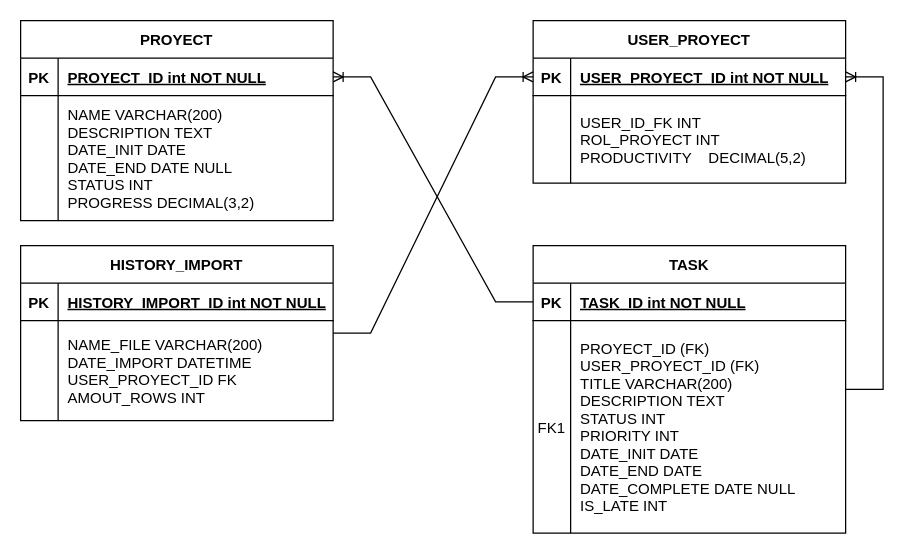
The draw.io diagram schemas/IMPORT/IMPORT_EXPORT.drawio in brayrpgs/GLOB-DB, before the edit. Source tidied: cells renumbered, new cells numbered last; positions are measured from the earlier drawing's top-left corner, leaving out a move shared by most shapes. Both pictures are drawn from the tidied source at 125%, with x=0, y=0 at pixel (20, 20).
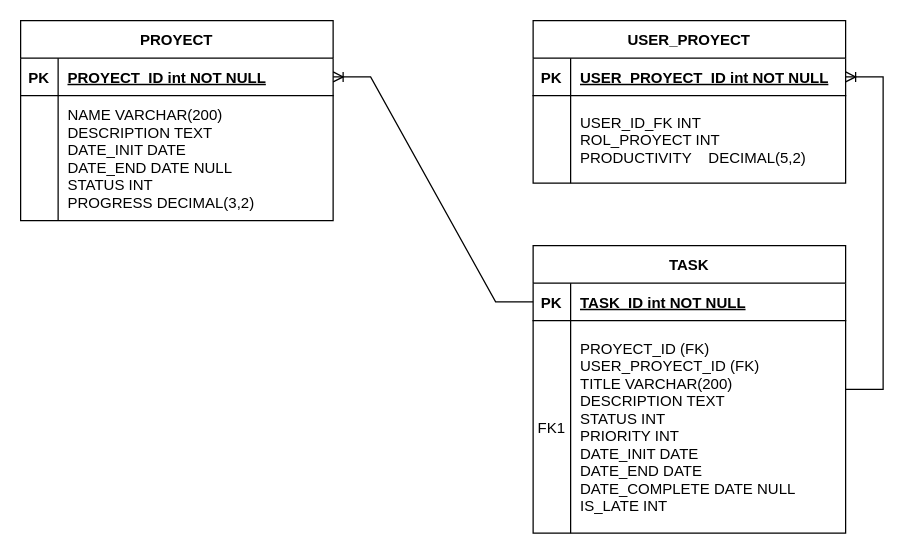
The same diagram, later.

Commit message (it also covers changes not shown here):
feat(security): Implement full CRUD procedures for user accounts

Unchanged cells that the change refers to:
```xml
<mxCell id="3" style="shape=partialRectangle;fillColor=none;points=[[0,0.5],[1,0.5]];portConstraint=eastwest;top=0;left=0;right=0;bottom=1;" parent="2" vertex="1">
  <mxGeometry y="30" width="250" height="30" as="geometry" />
</mxCell>
```

Diff of the diagram source:
```diff
@@
-    <mxCell id="23" value="HISTORY_IMPORT" style="shape=table;startSize=30;childLayout=tableLayout;rowLines=0;fontStyle=1;align=center;" parent="1" vertex="1">
-      <mxGeometry y="180" width="250" height="140" as="geometry" />
-    </mxCell>
-    <mxCell id="24" style="shape=partialRectangle;fillColor=none;top=0;left=0;right=0;bottom=1;" parent="23" vertex="1">
-      <mxGeometry y="30" width="250" height="30" as="geometry" />
-    </mxCell>
-    <mxCell id="25" value="PK" style="shape=partialRectangle;overflow=hidden;fillColor=none;top=0;left=0;bottom=0;right=0;fontStyle=1;" parent="24" vertex="1">
-      <mxGeometry width="30" height="30" as="geometry" />
-    </mxCell>
-    <mxCell id="26" value="HISTORY_IMPORT_ID int NOT NULL " style="shape=partialRectangle;overflow=hidden;fillColor=none;top=0;left=0;bottom=0;right=0;align=left;spacingLeft=6;fontStyle=5;" parent="24" vertex="1">
-      <mxGeometry x="30" width="220" height="30" as="geometry" />
-    </mxCell>
-    <mxCell id="27" style="shape=partialRectangle;fillColor=none;top=0;left=0;right=0;bottom=0;" parent="23" vertex="1">
-      <mxGeometry y="60" width="250" height="80" as="geometry" />
-    </mxCell>
-    <mxCell id="28" style="shape=partialRectangle;overflow=hidden;fillColor=none;top=0;left=0;bottom=0;right=0;" parent="27" vertex="1">
-      <mxGeometry width="30" height="80" as="geometry" />
-    </mxCell>
-    <mxCell id="29" value="NAME_FILE VARCHAR(200) &#10;DATE_IMPORT DATETIME&#10;USER_PROYECT_ID FK&#10;AMOUT_ROWS INT" style="shape=partialRectangle;overflow=hidden;fillColor=none;top=0;left=0;bottom=0;right=0;align=left;spacingLeft=6;" parent="27" vertex="1">
-      <mxGeometry x="30" width="220" height="80" as="geometry" />
-    </mxCell>
@@
-    <mxCell id="31" style="edgeStyle=entityRelationEdgeStyle;fontSize=12;html=1;endArrow=ERoneToMany;rounded=0;" parent="1" edge="1" source="23" target="3">
-      <mxGeometry relative="1" as="geometry" />
-    </mxCell>
```
